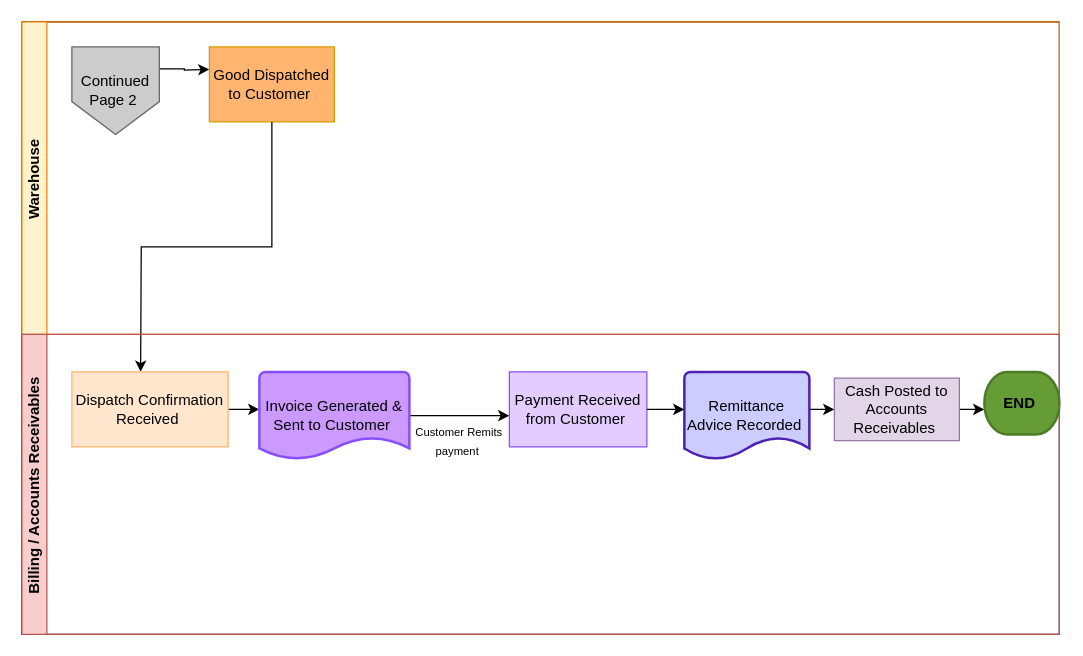
Above: page "Page 2" (2 of 2) of Revenue_Cycle_Controls.drawio in Diana-r26/drawio (draw.io), before the change. Source tidied: cells renumbered, new cells numbered last; positions are measured from the earlier drawing's top-left corner, leaving out a move shared by most shapes. Both pictures are drawn from the tidied source at 125%, with x=0, y=0 at pixel (21, 21).
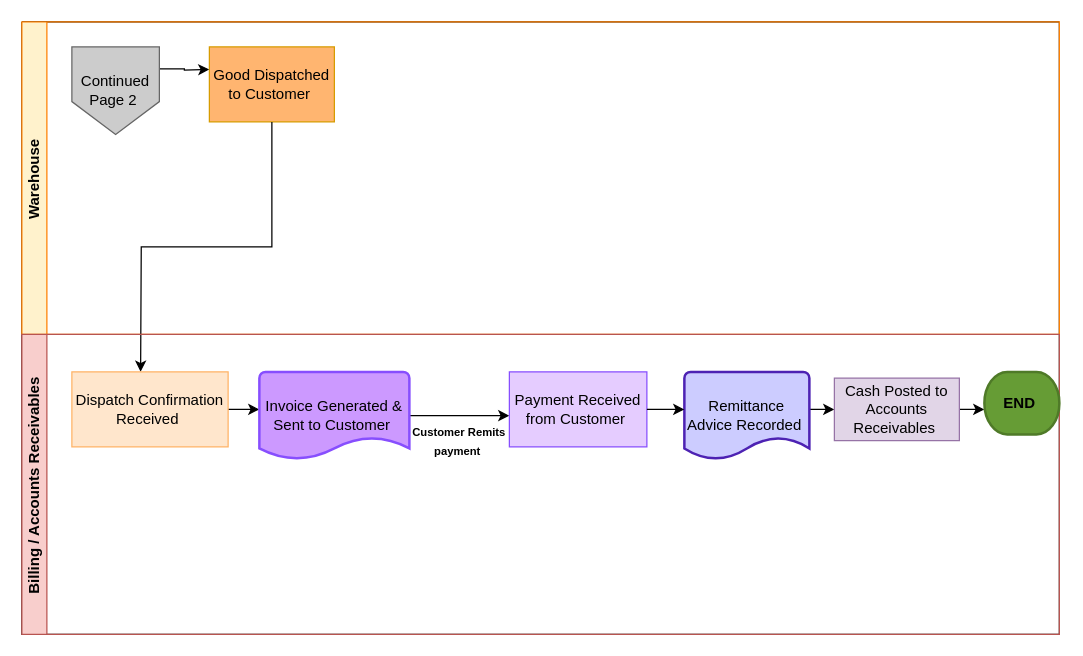
Above is the later version.

The change refers to these unchanged cells:
```xml
<mxCell id="8" value="Billing / Accounts Receivables&amp;nbsp;" style="swimlane;startSize=20;horizontal=0;html=1;fillColor=#F8CECC;strokeColor=#B85450;" parent="2" vertex="1">
  <mxGeometry y="250" width="830" height="240" as="geometry" />
</mxCell>
```

The edit, as a diff of the source:
```diff
@@
-    <mxCell id="13" value="&lt;font style=&quot;font-size: 9px;&quot;&gt;Customer Remits payment&amp;nbsp;&lt;/font&gt;" style="text;html=1;whiteSpace=wrap;strokeColor=none;fillColor=none;align=center;verticalAlign=middle;rounded=0;" parent="8" vertex="1">
+    <mxCell id="13" value="&lt;font style=&quot;font-size: 9px;&quot;&gt;&lt;b&gt;Customer Remits payment&amp;nbsp;&lt;/b&gt;&lt;/font&gt;" style="text;html=1;whiteSpace=wrap;strokeColor=none;fillColor=none;align=center;verticalAlign=middle;rounded=0;" parent="8" vertex="1">
       <mxGeometry x="300" y="70" width="100" height="30" as="geometry" />
     </mxCell>
```
